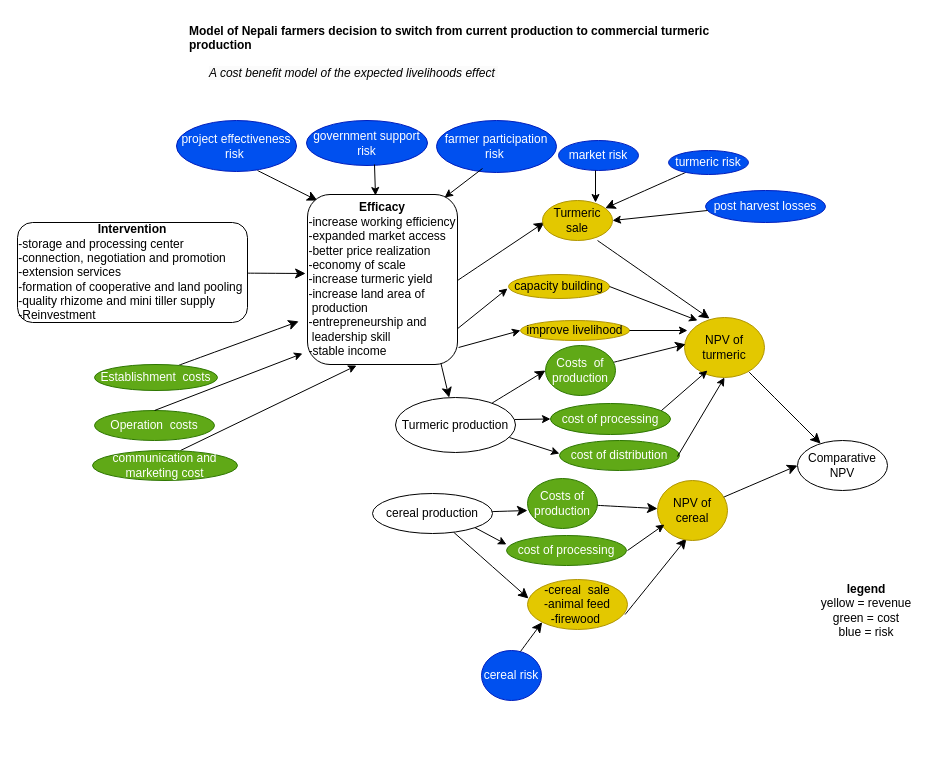
Earlier version of the draw.io diagram Untitled Diagram.drawio (AditiBista/nepal_turmeric). Source tidied: cells renumbered, new cells numbered last; positions are measured from the earlier drawing's top-left corner, leaving out a move shared by most shapes. Both pictures are drawn from the tidied source at 100%, with x=0, y=0 at pixel (17, 17).
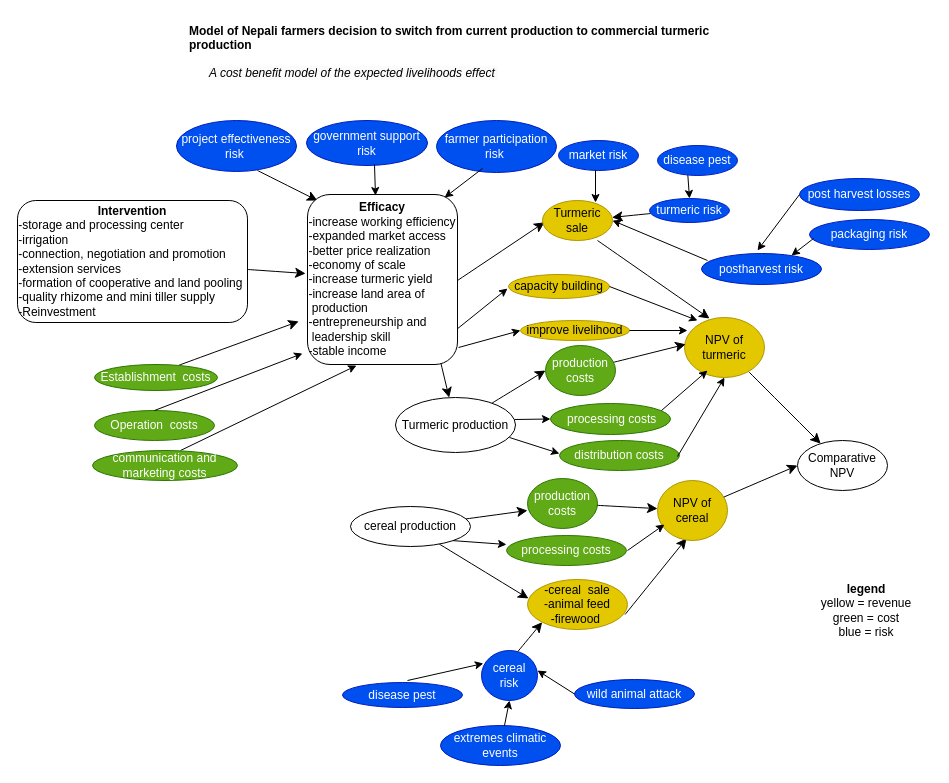
The same diagram, later.

Unchanged cells that the change refers to:
```xml
<mxCell id="21" value="&lt;font style=&quot;font-size: 12px;&quot;&gt;Turmeric sale&lt;/font&gt;" style="ellipse;whiteSpace=wrap;html=1;fontSize=12;strokeWidth=1;labelBackgroundColor=none;fillColor=#e3c800;fontColor=#000000;strokeColor=#B09500;" parent="1" vertex="1">
  <mxGeometry x="525" y="183" width="70" height="40" as="geometry" />
</mxCell>
```

Change to the diagram source:
```diff
@@
     <mxCell id="3" value="cereal production" style="ellipse;whiteSpace=wrap;html=1;fontSize=12;strokeWidth=1;" parent="1" vertex="1">
-      <mxGeometry x="355" y="476" width="120" height="40" as="geometry" />
+      <mxGeometry x="333" y="489" width="120" height="40" as="geometry" />
     </mxCell>
@@
-    <mxCell id="11" value="Costs of production" style="ellipse;whiteSpace=wrap;html=1;fontSize=12;strokeWidth=1;labelBackgroundColor=none;fillColor=#60a917;fontColor=#ffffff;strokeColor=#2D7600;" parent="1" vertex="1">
+    <mxCell id="11" value="production&lt;br&gt;costs" style="ellipse;whiteSpace=wrap;html=1;fontSize=12;strokeWidth=1;labelBackgroundColor=none;fillColor=#60a917;fontColor=#ffffff;strokeColor=#2D7600;" parent="1" vertex="1">
       <mxGeometry x="510" y="461" width="70" height="50" as="geometry" />
     </mxCell>
@@
     <mxCell id="13" value="cereal risk" style="ellipse;whiteSpace=wrap;html=1;fontSize=12;strokeWidth=1;labelBackgroundColor=none;fillColor=#0050ef;fontColor=#ffffff;strokeColor=#001DBC;" parent="1" vertex="1">
-      <mxGeometry x="464" y="633" width="60" height="50" as="geometry" />
+      <mxGeometry x="464" y="633" width="56" height="50" as="geometry" />
     </mxCell>
@@
-    <mxCell id="17" value="Costs &amp;nbsp;of production" style="ellipse;whiteSpace=wrap;html=1;fontSize=12;strokeWidth=1;labelBackgroundColor=none;fillColor=#60a917;fontColor=#ffffff;strokeColor=#2D7600;" parent="1" vertex="1">
+    <mxCell id="17" value="production costs" style="ellipse;whiteSpace=wrap;html=1;fontSize=12;strokeWidth=1;labelBackgroundColor=none;fillColor=#60a917;fontColor=#ffffff;strokeColor=#2D7600;" parent="1" vertex="1">
       <mxGeometry x="528" y="328" width="70" height="50" as="geometry" />
     </mxCell>
@@
     <mxCell id="19" value="turmeric risk" style="ellipse;whiteSpace=wrap;html=1;fontSize=12;strokeWidth=1;labelBackgroundColor=none;fillColor=#0050ef;fontColor=#ffffff;strokeColor=#001DBC;" parent="1" vertex="1">
-      <mxGeometry x="651" y="133" width="80" height="24" as="geometry" />
+      <mxGeometry x="632" y="181" width="80" height="24" as="geometry" />
     </mxCell>
@@
-    <mxCell id="43" value="communication and marketing cost" style="ellipse;whiteSpace=wrap;html=1;fillColor=#60a917;fontColor=#ffffff;strokeColor=#2D7600;" parent="1" vertex="1">
+    <mxCell id="43" value="communication and marketing costs" style="ellipse;whiteSpace=wrap;html=1;fillColor=#60a917;fontColor=#ffffff;strokeColor=#2D7600;" parent="1" vertex="1">
       <mxGeometry x="75" y="433" width="145" height="30" as="geometry" />
     </mxCell>
     <mxCell id="44" value="post harvest losses" style="ellipse;whiteSpace=wrap;html=1;fillColor=#0050ef;fontColor=#ffffff;strokeColor=#001DBC;" parent="1" vertex="1">
-      <mxGeometry x="688" y="173" width="120" height="32" as="geometry" />
+      <mxGeometry x="782" y="161" width="120" height="32" as="geometry" />
     </mxCell>
     <mxCell id="45" style="endArrow=classic;html=1;rounded=0;entryX=1;entryY=0.5;entryDx=0;entryDy=0;" parent="1" edge="1" target="21">
       <mxGeometry relative="1" as="geometry">
-        <mxPoint x="690" y="193" as="sourcePoint" />
+        <mxPoint x="690" y="243" as="sourcePoint" />
       </mxGeometry>
     </mxCell>
@@
-    <mxCell id="51" value="&lt;b&gt;Intervention &lt;/b&gt;&lt;br&gt;&lt;div style=&quot;text-align: justify;&quot;&gt;-storage and processing center&lt;/div&gt;&lt;div style=&quot;text-align: justify;&quot;&gt;-connection, negotiation and promotion&lt;/div&gt;&lt;div style=&quot;text-align: justify;&quot;&gt;-extension services&lt;/div&gt;&lt;div style=&quot;text-align: justify;&quot;&gt;-formation of cooperative and land pooling&amp;nbsp;&lt;/div&gt;&lt;div style=&quot;text-align: justify;&quot;&gt;-quality rhizome and mini tiller supply&lt;/div&gt;&lt;div style=&quot;text-align: justify;&quot;&gt;-Reinvestment&lt;/div&gt;" style="rounded=1;whiteSpace=wrap;html=1;" parent="1" vertex="1">
-      <mxGeometry y="205" width="230" height="100" as="geometry" />
+    <mxCell id="51" value="&lt;b&gt;Intervention &lt;/b&gt;&lt;br&gt;&lt;div style=&quot;text-align: justify;&quot;&gt;-storage and processing center&lt;/div&gt;&lt;div style=&quot;text-align: justify;&quot;&gt;-irrigation&lt;/div&gt;&lt;div style=&quot;text-align: justify;&quot;&gt;-connection, negotiation and promotion&lt;/div&gt;&lt;div style=&quot;text-align: justify;&quot;&gt;-extension services&lt;/div&gt;&lt;div style=&quot;text-align: justify;&quot;&gt;-formation of cooperative and land pooling&amp;nbsp;&lt;/div&gt;&lt;div style=&quot;text-align: justify;&quot;&gt;-quality rhizome and mini tiller supply&lt;/div&gt;&lt;div style=&quot;text-align: justify;&quot;&gt;-Reinvestment&lt;/div&gt;" style="rounded=1;whiteSpace=wrap;html=1;" parent="1" vertex="1">
+      <mxGeometry y="183" width="230" height="122" as="geometry" />
     </mxCell>
@@
-    <mxCell id="54" value="cost of processing" style="ellipse;whiteSpace=wrap;html=1;fillColor=#60a917;fontColor=#ffffff;strokeColor=#2D7600;" parent="1" vertex="1">
+    <mxCell id="54" value="processing costs" style="ellipse;whiteSpace=wrap;html=1;fillColor=#60a917;fontColor=#ffffff;strokeColor=#2D7600;" parent="1" vertex="1">
       <mxGeometry x="489" y="518" width="120" height="30" as="geometry" />
     </mxCell>
-    <mxCell id="55" value="cost of distribution" style="ellipse;whiteSpace=wrap;html=1;fillColor=#60a917;fontColor=#ffffff;strokeColor=#2D7600;" parent="1" vertex="1">
+    <mxCell id="55" value="distribution costs" style="ellipse;whiteSpace=wrap;html=1;fillColor=#60a917;fontColor=#ffffff;strokeColor=#2D7600;" parent="1" vertex="1">
       <mxGeometry x="542" y="423" width="120" height="30" as="geometry" />
     </mxCell>
-    <mxCell id="56" value="cost of processing" style="ellipse;whiteSpace=wrap;html=1;fillColor=#60a917;fontColor=#ffffff;strokeColor=#2D7600;" parent="1" vertex="1">
+    <mxCell id="56" value="&amp;nbsp;processing costs" style="ellipse;whiteSpace=wrap;html=1;fillColor=#60a917;fontColor=#ffffff;strokeColor=#2D7600;" parent="1" vertex="1">
       <mxGeometry x="533" y="386" width="120" height="31" as="geometry" />
     </mxCell>
@@
+    <mxCell id="64" value="wild animal attack" style="ellipse;whiteSpace=wrap;html=1;fillColor=#0050ef;fontColor=#ffffff;strokeColor=#001DBC;" parent="1" vertex="1">
+      <mxGeometry x="557" y="662" width="120" height="29" as="geometry" />
+    </mxCell>
+    <mxCell id="65" value="disease pest" style="ellipse;whiteSpace=wrap;html=1;fillColor=#0050ef;fontColor=#ffffff;strokeColor=#001DBC;" parent="1" vertex="1">
+      <mxGeometry x="325" y="665" width="120" height="25" as="geometry" />
+    </mxCell>
+    <mxCell id="66" value="extremes climatic events" style="ellipse;whiteSpace=wrap;html=1;fillColor=#0050ef;fontColor=#ffffff;strokeColor=#001DBC;" parent="1" vertex="1">
+      <mxGeometry x="423" y="708" width="120" height="40" as="geometry" />
+    </mxCell>
+    <mxCell id="67" value="postharvest risk" style="ellipse;whiteSpace=wrap;html=1;fillColor=#0050ef;fontColor=#ffffff;strokeColor=#001DBC;" parent="1" vertex="1">
+      <mxGeometry x="684" y="236" width="120" height="31" as="geometry" />
+    </mxCell>
+    <mxCell id="68" value="packaging risk" style="ellipse;whiteSpace=wrap;html=1;fillColor=#0050ef;fontColor=#ffffff;strokeColor=#001DBC;" parent="1" vertex="1">
+      <mxGeometry x="792" y="202" width="120" height="30" as="geometry" />
+    </mxCell>
+    <mxCell id="69" style="endArrow=classic;html=1;rounded=0;entryX=0.5;entryY=1;entryDx=0;entryDy=0;" parent="1" edge="1" source="66" target="13">
+      <mxGeometry relative="1" as="geometry" />
+    </mxCell>
+    <mxCell id="70" style="endArrow=classic;html=1;rounded=0;exitX=0;exitY=0.5;exitDx=0;exitDy=0;" parent="1" edge="1" source="64">
+      <mxGeometry relative="1" as="geometry">
+        <mxPoint x="520" y="653" as="targetPoint" />
+      </mxGeometry>
+    </mxCell>
+    <mxCell id="71" style="endArrow=classic;html=1;rounded=0;entryX=0.033;entryY=0.26;entryDx=0;entryDy=0;entryPerimeter=0;" parent="1" edge="1" target="13">
+      <mxGeometry relative="1" as="geometry">
+        <mxPoint x="390" y="663" as="sourcePoint" />
+      </mxGeometry>
+    </mxCell>
+    <mxCell id="72" style="endArrow=classic;html=1;rounded=0;" parent="1" edge="1">
+      <mxGeometry relative="1" as="geometry">
+        <mxPoint x="796" y="221" as="sourcePoint" />
+        <mxPoint x="774" y="238" as="targetPoint" />
+      </mxGeometry>
+    </mxCell>
+    <mxCell id="73" style="endArrow=classic;html=1;rounded=0;exitX=0;exitY=0.5;exitDx=0;exitDy=0;" parent="1" edge="1" source="44">
+      <mxGeometry relative="1" as="geometry">
+        <mxPoint x="740" y="233" as="targetPoint" />
+      </mxGeometry>
+    </mxCell>
+    <mxCell id="74" style="endArrow=classic;html=1;rounded=0;entryX=0.5;entryY=0;entryDx=0;entryDy=0;" parent="1" edge="1" target="19">
+      <mxGeometry relative="1" as="geometry">
+        <mxPoint x="670" y="153" as="sourcePoint" />
+      </mxGeometry>
+    </mxCell>
+    <mxCell id="75" value="disease pest" style="ellipse;whiteSpace=wrap;html=1;fillColor=#0050ef;fontColor=#ffffff;strokeColor=#001DBC;" parent="1" vertex="1">
+      <mxGeometry x="640" y="128" width="80" height="30" as="geometry" />
+    </mxCell>
```
